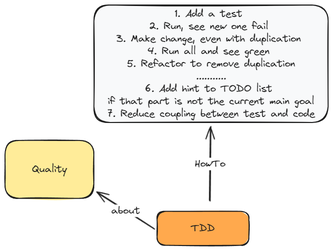
The Excalidraw diagram content/Excalidraw/tdd/tddByExample/part1_moneyExample.png in Petikoch/MartinKurmannVault, before a commit. Source tidied: one line per element, renumbered; positions are measured from the earlier drawing's top-left corner, leaving out a move shared by most shapes. Source of this version:
```json
{"id": 0, "type": "rectangle", "strokeColor": "#1e1e1e", "backgroundColor": "#ffa94d", "fillStyle": "solid", "strokeWidth": 2, "roughness": 1, "round": true, "x": 303, "y": 413, "width": 183, "height": 68}
{"id": 1, "type": "text", "text": "TDD", "strokeColor": "#1e1e1e", "strokeWidth": 2, "roughness": 1, "fontSize": 20, "fontFamily": 1, "textAlign": "center", "verticalAlign": "middle", "inside": 0, "x": 371, "y": 434, "width": 47, "height": 25}
{"id": 2, "type": "rectangle", "strokeColor": "#1e1e1e", "backgroundColor": "#f8f9fa", "fillStyle": "solid", "strokeWidth": 2, "roughness": 1, "round": true, "x": 177, "y": 0, "width": 467, "height": 235}
{"id": 3, "type": "text", "text": "1. Add a test\u000b\n2. Run, see new one fail\u000b\n3. Make change, even with duplication\u000b\n4. Run all and see green\u000b\n5. Refactor to remove duplication\n...........\n6. Add hint to TODO list \nif that part is not the current main goal\n7. Reduce coupling between test and code", "strokeColor": "#1e1e1e", "strokeWidth": 2, "roughness": 1, "fontSize": 20, "fontFamily": 1, "textAlign": "center", "verticalAlign": "middle", "inside": 2, "x": 204, "y": 5, "width": 413, "height": 225}
{"id": 4, "type": "arrow", "strokeColor": "#1e1e1e", "strokeWidth": 2, "roughness": 1, "endArrowhead": "arrow", "round": true, "to": 2, "x": 408, "y": 393, "width": 1, "height": 150, "points": [[0, 0], [1, -150]]}
{"id": 5, "type": "text", "text": "HowTo", "strokeColor": "#1e1e1e", "strokeWidth": 2, "roughness": 1, "fontSize": 20, "fontFamily": 1, "textAlign": "center", "verticalAlign": "middle", "inside": 4, "x": 382, "y": 286, "width": 61, "height": 25}
{"id": 6, "type": "rectangle", "strokeColor": "#1e1e1e", "backgroundColor": "#ffec99", "fillStyle": "solid", "strokeWidth": 2, "roughness": 1, "round": true, "x": 0, "y": 271, "width": 177, "height": 116}
{"id": 7, "type": "text", "text": "Quality", "strokeColor": "#1e1e1e", "backgroundColor": "#f8f9fa", "fillStyle": "solid", "strokeWidth": 2, "roughness": 1, "fontSize": 20, "fontFamily": 1, "textAlign": "center", "verticalAlign": "middle", "inside": 6, "x": 54, "y": 316, "width": 69, "height": 25}
{"id": 8, "type": "arrow", "strokeColor": "#1e1e1e", "strokeWidth": 2, "roughness": 1, "endArrowhead": "arrow", "round": true, "from": 0, "to": 6, "x": 298, "y": 448, "width": 114, "height": 74, "points": [[0, 0], [-114, -74]]}
{"id": 9, "type": "text", "text": "about", "strokeColor": "#1e1e1e", "strokeWidth": 2, "roughness": 1, "fontSize": 20, "fontFamily": 1, "textAlign": "center", "verticalAlign": "middle", "inside": 8, "x": 192, "y": 354, "width": 57, "height": 25}
```
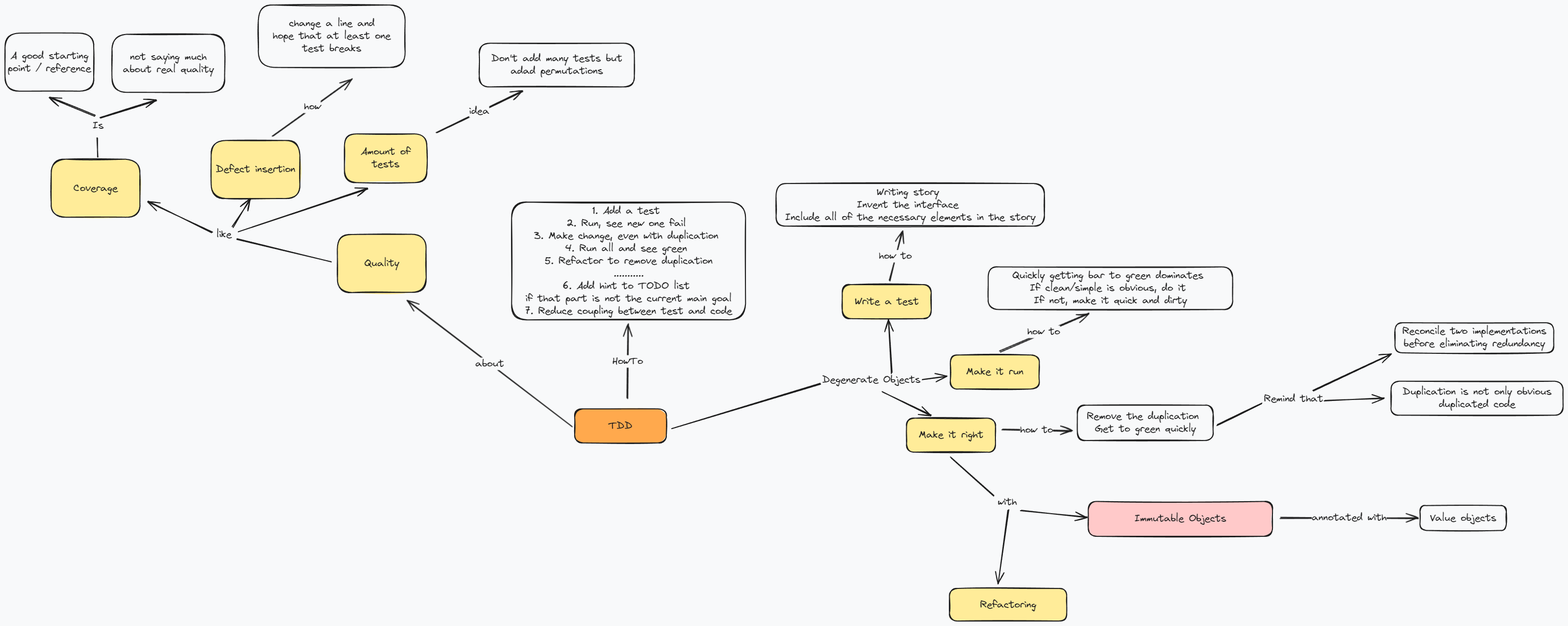
The same diagram one commit later.

Change to the diagram source:
```diff
@@ -3,8 +3,78 @@
 {"id": 2, "type": "rectangle", "strokeColor": "#1e1e1e", "backgroundColor": "#f8f9fa", "fillStyle": "solid", "strokeWidth": 2, "roughness": 1, "round": true, "x": 177, "y": 0, "width": 467, "height": 235}
 {"id": 3, "type": "text", "text": "1. Add a test\u000b\n2. Run, see new one fail\u000b\n3. Make change, even with duplication\u000b\n4. Run all and see green\u000b\n5. Refactor to remove duplication\n...........\n6. Add hint to TODO list \nif that part is not the current main goal\n7. Reduce coupling between test and code", "strokeColor": "#1e1e1e", "strokeWidth": 2, "roughness": 1, "fontSize": 20, "fontFamily": 1, "textAlign": "center", "verticalAlign": "middle", "inside": 2, "x": 204, "y": 5, "width": 413, "height": 225}
 {"id": 4, "type": "arrow", "strokeColor": "#1e1e1e", "strokeWidth": 2, "roughness": 1, "endArrowhead": "arrow", "round": true, "to": 2, "x": 408, "y": 393, "width": 1, "height": 150, "points": [[0, 0], [1, -150]]}
-{"id": 5, "type": "text", "text": "HowTo", "strokeColor": "#1e1e1e", "strokeWidth": 2, "roughness": 1, "fontSize": 20, "fontFamily": 1, "textAlign": "center", "verticalAlign": "middle", "inside": 4, "x": 382, "y": 286, "width": 61, "height": 25}
+{"id": 5, "type": "text", "text": "HowTo", "strokeColor": "#1e1e1e", "strokeWidth": 2, "roughness": 1, "fontSize": 20, "fontFamily": 1, "textAlign": "center", "verticalAlign": "middle", "inside": 4, "x": 211, "y": 79, "width": 61, "height": 25}
-{"id": 6, "type": "rectangle", "strokeColor": "#1e1e1e", "backgroundColor": "#ffec99", "fillStyle": "solid", "strokeWidth": 2, "roughness": 1, "round": true, "x": 0, "y": 271, "width": 177, "height": 116}
+{"id": 6, "type": "rectangle", "strokeColor": "#1e1e1e", "angle": 6.28, "backgroundColor": "#ffec99", "fillStyle": "solid", "strokeWidth": 2, "roughness": 1, "round": true, "x": -170, "y": 65, "width": 177, "height": 116}
-{"id": 7, "type": "text", "text": "Quality", "strokeColor": "#1e1e1e", "backgroundColor": "#f8f9fa", "fillStyle": "solid", "strokeWidth": 2, "roughness": 1, "fontSize": 20, "fontFamily": 1, "textAlign": "center", "verticalAlign": "middle", "inside": 6, "x": 54, "y": 316, "width": 69, "height": 25}
+{"id": 7, "type": "text", "text": "Quality", "strokeColor": "#1e1e1e", "angle": 6.28, "backgroundColor": "#f8f9fa", "fillStyle": "solid", "strokeWidth": 2, "roughness": 1, "fontSize": 20, "fontFamily": 1, "textAlign": "center", "verticalAlign": "middle", "inside": 6, "x": -117, "y": 110, "width": 69, "height": 25}
-{"id": 8, "type": "arrow", "strokeColor": "#1e1e1e", "strokeWidth": 2, "roughness": 1, "endArrowhead": "arrow", "round": true, "from": 0, "to": 6, "x": 298, "y": 448, "width": 114, "height": 74, "points": [[0, 0], [-114, -74]]}
+{"id": 8, "type": "arrow", "strokeColor": "#1e1e1e", "strokeWidth": 2, "roughness": 1, "endArrowhead": "arrow", "round": true, "from": 0, "to": 6, "x": 298, "y": 448, "width": 328, "height": 251, "points": [[0, 0], [-328, -251]]}
-{"id": 9, "type": "text", "text": "about", "strokeColor": "#1e1e1e", "strokeWidth": 2, "roughness": 1, "fontSize": 20, "fontFamily": 1, "textAlign": "center", "verticalAlign": "middle", "inside": 8, "x": 192, "y": 354, "width": 57, "height": 25}
+{"id": 9, "type": "text", "text": "about", "strokeColor": "#1e1e1e", "strokeWidth": 2, "roughness": 1, "fontSize": 20, "fontFamily": 1, "textAlign": "center", "verticalAlign": "middle", "inside": 8, "x": 21, "y": 148, "width": 57, "height": 25}
+{"id": 10, "type": "rectangle", "strokeColor": "#1e1e1e", "backgroundColor": "#ffec99", "fillStyle": "solid", "strokeWidth": 2, "roughness": 1, "round": true, "x": -742, "y": -85, "width": 177, "height": 116}
+{"id": 11, "type": "text", "text": "Coverage", "strokeColor": "#1e1e1e", "backgroundColor": "#f8f9fa", "fillStyle": "solid", "strokeWidth": 2, "roughness": 1, "fontSize": 20, "fontFamily": 1, "textAlign": "center", "verticalAlign": "middle", "inside": 10, "x": -697, "y": -40, "width": 88, "height": 25}
+{"id": 12, "type": "rectangle", "strokeColor": "#1e1e1e", "strokeWidth": 2, "roughness": 1, "round": true, "x": -834, "y": -337, "width": 177, "height": 116}
+{"id": 13, "type": "text", "text": "A good starting\npoint / reference", "strokeColor": "#1e1e1e", "backgroundColor": "#f8f9fa", "fillStyle": "solid", "strokeWidth": 2, "roughness": 1, "fontSize": 20, "fontFamily": 1, "textAlign": "center", "verticalAlign": "middle", "inside": 12, "x": -828, "y": -304, "width": 166, "height": 50}
+{"id": 14, "type": "rectangle", "strokeColor": "#1e1e1e", "strokeWidth": 2, "roughness": 1, "round": true, "x": -620, "y": -335, "width": 225, "height": 116}
+{"id": 15, "type": "text", "text": "not saying much\nabout real quality", "strokeColor": "#1e1e1e", "backgroundColor": "#f8f9fa", "fillStyle": "solid", "strokeWidth": 2, "roughness": 1, "fontSize": 20, "fontFamily": 1, "textAlign": "center", "verticalAlign": "middle", "inside": 14, "x": -599, "y": -302, "width": 181, "height": 50}
+{"id": 16, "type": "text", "text": "Is", "strokeColor": "#1e1e1e", "backgroundColor": "#ffec99", "fillStyle": "solid", "strokeWidth": 2, "roughness": 1, "fontSize": 20, "fontFamily": 1, "x": -659, "y": -164, "width": 22, "height": 25}
+{"id": 17, "type": "arrow", "strokeColor": "#1e1e1e", "backgroundColor": "#ffec99", "fillStyle": "solid", "strokeWidth": 2, "roughness": 1, "endArrowhead": "arrow", "round": true, "from": 16, "to": 12, "x": -654, "y": -172, "width": 90, "height": 36, "points": [[0, 0], [-90, -36]]}
+{"id": 18, "type": "arrow", "strokeColor": "#1e1e1e", "backgroundColor": "#ffec99", "fillStyle": "solid", "strokeWidth": 2, "roughness": 1, "endArrowhead": "arrow", "round": true, "from": 16, "to": 14, "x": -645, "y": -168, "width": 113, "height": 35, "points": [[0, 0], [113, -35]]}
+{"id": 19, "type": "arrow", "strokeColor": "#1e1e1e", "backgroundColor": "#ffec99", "fillStyle": "solid", "strokeWidth": 2, "roughness": 1, "round": true, "from": 10, "to": 16, "x": -649, "y": -90, "width": 1, "height": 38, "points": [[0, 0], [-1, -38]]}
+{"id": 20, "type": "rectangle", "strokeColor": "#1e1e1e", "backgroundColor": "#ffec99", "fillStyle": "solid", "strokeWidth": 2, "roughness": 1, "round": true, "x": -423, "y": -123, "width": 177, "height": 116}
+{"id": 21, "type": "text", "text": "Defect insertion", "strokeColor": "#1e1e1e", "backgroundColor": "#f8f9fa", "fillStyle": "solid", "strokeWidth": 2, "roughness": 1, "fontSize": 20, "fontFamily": 1, "textAlign": "center", "verticalAlign": "middle", "inside": 20, "x": -413, "y": -77, "width": 159, "height": 25}
+{"id": 22, "type": "arrow", "strokeColor": "#1e1e1e", "strokeWidth": 2, "roughness": 1, "round": true, "from": 6, "to": 23, "x": -183, "y": 118, "width": 188, "height": 45, "points": [[0, 0], [-188, -45]]}
+{"id": 23, "type": "text", "text": "like", "strokeColor": "#1e1e1e", "strokeWidth": 2, "roughness": 1, "fontSize": 20, "fontFamily": 1, "x": -412, "y": 53, "width": 30, "height": 25}
+{"id": 24, "type": "arrow", "strokeColor": "#1e1e1e", "strokeWidth": 2, "roughness": 1, "endArrowhead": "arrow", "round": true, "from": 23, "to": 20, "x": -380, "y": 50, "width": 36, "height": 56, "points": [[0, 0], [36, -56]]}
+{"id": 25, "type": "arrow", "strokeColor": "#1e1e1e", "strokeWidth": 2, "roughness": 1, "endArrowhead": "arrow", "round": true, "from": 23, "to": 10, "x": -421, "y": 61, "width": 127, "height": 63, "points": [[0, 0], [-127, -63]]}
+{"id": 26, "type": "rectangle", "strokeColor": "#1e1e1e", "strokeWidth": 2, "roughness": 1, "round": true, "x": -328, "y": -393, "width": 293, "height": 125}
+{"id": 27, "type": "text", "text": "change a line and\nhope that at least one\ntest breaks", "strokeColor": "#1e1e1e", "strokeWidth": 2, "roughness": 1, "fontSize": 20, "fontFamily": 1, "textAlign": "center", "verticalAlign": "middle", "inside": 26, "x": -299, "y": -368, "width": 235, "height": 75}
+{"id": 28, "type": "arrow", "strokeColor": "#1e1e1e", "strokeWidth": 2, "roughness": 1, "endArrowhead": "arrow", "round": true, "from": 20, "to": 26, "x": -300, "y": -133, "width": 159, "height": 114, "points": [[0, 0], [159, -114]]}
+{"id": 29, "type": "text", "text": "how", "strokeColor": "#1e1e1e", "strokeWidth": 2, "roughness": 1, "fontSize": 20, "fontFamily": 1, "textAlign": "center", "verticalAlign": "middle", "inside": 28, "x": -234, "y": -176, "width": 33, "height": 25}
+{"id": 30, "type": "rectangle", "strokeColor": "#1e1e1e", "backgroundColor": "#ffec99", "fillStyle": "solid", "strokeWidth": 2, "roughness": 1, "round": true, "x": -156, "y": -136, "width": 164, "height": 97}
+{"id": 31, "type": "text", "text": "Amount of\ntests", "strokeColor": "#1e1e1e", "strokeWidth": 2, "roughness": 1, "fontSize": 20, "fontFamily": 1, "textAlign": "center", "verticalAlign": "middle", "inside": 30, "x": -124, "y": -112, "width": 100, "height": 50}
+{"id": 32, "type": "arrow", "strokeColor": "#1e1e1e", "strokeWidth": 2, "roughness": 1, "endArrowhead": "arrow", "round": true, "from": 23, "to": 30, "x": -367, "y": 58, "width": 257, "height": 85, "points": [[0, 0], [257, -85]]}
+{"id": 33, "type": "rectangle", "strokeColor": "#1e1e1e", "strokeWidth": 2, "roughness": 1, "round": true, "x": 113, "y": -317, "width": 310, "height": 87}
+{"id": 34, "type": "text", "text": "Don't add many tests\u000bbut\nadad permutations", "strokeColor": "#1e1e1e", "backgroundColor": "#ffec99", "fillStyle": "solid", "strokeWidth": 2, "roughness": 1, "fontSize": 20, "fontFamily": 1, "textAlign": "center", "verticalAlign": "middle", "inside": 33, "x": 137, "y": -298, "width": 262, "height": 50}
+{"id": 35, "type": "arrow", "strokeColor": "#1e1e1e", "strokeWidth": 2, "roughness": 1, "endArrowhead": "arrow", "round": true, "from": 30, "to": 33, "x": 27, "y": -140, "width": 171, "height": 82, "points": [[0, 0], [171, -82]]}
+{"id": 36, "type": "text", "text": "idea", "strokeColor": "#1e1e1e", "strokeWidth": 2, "roughness": 1, "fontSize": 20, "fontFamily": 1, "textAlign": "center", "verticalAlign": "middle", "inside": 35, "x": 46, "y": -136, "width": 40, "height": 25}
+{"id": 37, "type": "text", "text": "Degenerate Objects", "strokeColor": "#1e1e1e", "strokeWidth": 2, "roughness": 1, "fontSize": 20, "fontFamily": 1, "x": 797, "y": 343, "width": 196, "height": 25}
+{"id": 38, "type": "arrow", "strokeColor": "#1e1e1e", "backgroundColor": "#f8f9fa", "fillStyle": "solid", "strokeWidth": 2, "roughness": 1, "round": true, "from": 0, "to": 37, "x": 498, "y": 451, "width": 296, "height": 88, "points": [[0, 0], [296, -88]]}
+{"id": 39, "type": "rectangle", "strokeColor": "#1e1e1e", "backgroundColor": "#ffec99", "fillStyle": "solid", "strokeWidth": 2, "roughness": 1, "round": true, "x": 837, "y": 165, "width": 178, "height": 68}
+{"id": 40, "type": "text", "text": "Write a test", "strokeColor": "#1e1e1e", "strokeWidth": 2, "roughness": 1, "fontSize": 20, "fontFamily": 1, "textAlign": "center", "verticalAlign": "middle", "inside": 39, "x": 862, "y": 186, "width": 128, "height": 25}
+{"id": 41, "type": "rectangle", "strokeColor": "#1e1e1e", "backgroundColor": "#ffec99", "fillStyle": "solid", "strokeWidth": 2, "roughness": 1, "round": true, "x": 1053, "y": 305, "width": 178, "height": 68}
+{"id": 42, "type": "text", "text": "Make it run", "strokeColor": "#1e1e1e", "strokeWidth": 2, "roughness": 1, "fontSize": 20, "fontFamily": 1, "textAlign": "center", "verticalAlign": "middle", "inside": 41, "x": 1085, "y": 327, "width": 114, "height": 25}
+{"id": 43, "type": "rectangle", "strokeColor": "#1e1e1e", "backgroundColor": "#ffec99", "fillStyle": "solid", "strokeWidth": 2, "roughness": 1, "round": true, "x": 966, "y": 431, "width": 178, "height": 68}
+{"id": 44, "type": "text", "text": "Make it right", "strokeColor": "#1e1e1e", "strokeWidth": 2, "roughness": 1, "fontSize": 20, "fontFamily": 1, "textAlign": "center", "verticalAlign": "middle", "inside": 43, "x": 990, "y": 453, "width": 129, "height": 25}
+{"id": 45, "type": "arrow", "strokeColor": "#1e1e1e", "strokeWidth": 2, "roughness": 1, "endArrowhead": "arrow", "round": true, "from": 37, "to": 43, "x": 917, "y": 379, "width": 98, "height": 46, "points": [[0, 0], [98, 46]]}
+{"id": 46, "type": "arrow", "strokeColor": "#1e1e1e", "strokeWidth": 2, "roughness": 1, "endArrowhead": "arrow", "round": true, "from": 37, "to": 41, "x": 997, "y": 354, "width": 48, "height": 7, "points": [[0, 0], [48, -7]]}
+{"id": 47, "type": "arrow", "strokeColor": "#1e1e1e", "strokeWidth": 2, "roughness": 1, "endArrowhead": "arrow", "round": true, "from": 37, "to": 39, "x": 937, "y": 341, "width": 7, "height": 105, "points": [[0, 0], [-7, -105]]}
+{"id": 48, "type": "rectangle", "strokeColor": "#1e1e1e", "strokeWidth": 2, "roughness": 1, "round": true, "x": 705, "y": -37, "width": 536, "height": 85}
+{"id": 49, "type": "text", "text": "Writing story\u000b\nInvent the interface\u000b\nInclude all of the necessary elements in the story", "strokeColor": "#1e1e1e", "backgroundColor": "#ffec99", "fillStyle": "solid", "strokeWidth": 2, "roughness": 1, "fontSize": 20, "fontFamily": 1, "textAlign": "center", "verticalAlign": "middle", "inside": 48, "x": 723, "y": -32, "width": 500, "height": 75}
+{"id": 50, "type": "arrow", "strokeColor": "#1e1e1e", "strokeWidth": 2, "roughness": 1, "endArrowhead": "arrow", "round": true, "from": 39, "to": 48, "x": 931, "y": 157, "width": 24, "height": 99, "points": [[0, 0], [24, -99]]}
+{"id": 51, "type": "text", "text": "how to", "strokeColor": "#1e1e1e", "strokeWidth": 2, "roughness": 1, "fontSize": 20, "fontFamily": 1, "textAlign": "center", "verticalAlign": "middle", "inside": 50, "x": 911, "y": 96, "width": 66, "height": 25}
+{"id": 52, "type": "rectangle", "strokeColor": "#1e1e1e", "strokeWidth": 2, "roughness": 1, "round": true, "x": 1129, "y": 129, "width": 488, "height": 85}
+{"id": 53, "type": "text", "text": "Quickly getting bar to green dominates\u000b\nIf clean/simple is obvious, do it\u000b\nIf not, make it quick and dirty", "strokeColor": "#1e1e1e", "strokeWidth": 2, "roughness": 1, "fontSize": 20, "fontFamily": 1, "textAlign": "center", "verticalAlign": "middle", "inside": 52, "x": 1177, "y": 134, "width": 391, "height": 75}
+{"id": 54, "type": "arrow", "strokeColor": "#1e1e1e", "strokeWidth": 2, "roughness": 1, "endArrowhead": "arrow", "round": true, "from": 41, "to": 52, "x": 1151, "y": 297, "width": 176, "height": 76, "points": [[0, 0], [176, -76]]}
+{"id": 55, "type": "text", "text": "how to", "strokeColor": "#1e1e1e", "strokeWidth": 2, "roughness": 1, "fontSize": 20, "fontFamily": 1, "textAlign": "center", "verticalAlign": "middle", "inside": 54, "x": 1207, "y": 246, "width": 66, "height": 25}
+{"id": 56, "type": "rectangle", "strokeColor": "#1e1e1e", "strokeWidth": 2, "roughness": 1, "round": true, "x": 1307, "y": 405, "width": 271, "height": 70}
+{"id": 57, "type": "text", "text": "Remove the duplication\u000b\nGet to green quickly", "strokeColor": "#1e1e1e", "strokeWidth": 2, "roughness": 1, "fontSize": 20, "fontFamily": 1, "textAlign": "center", "verticalAlign": "middle", "inside": 56, "x": 1325, "y": 416, "width": 233, "height": 50}
+{"id": 58, "type": "arrow", "strokeColor": "#1e1e1e", "strokeWidth": 2, "roughness": 1, "endArrowhead": "arrow", "round": true, "from": 43, "to": 56, "x": 1156, "y": 453, "width": 138, "height": 2, "points": [[0, 0], [138, 2]]}
+{"id": 59, "type": "text", "text": "how to", "strokeColor": "#1e1e1e", "strokeWidth": 2, "roughness": 1, "fontSize": 20, "fontFamily": 1, "textAlign": "center", "verticalAlign": "middle", "inside": 58, "x": 1171, "y": 466, "width": 66, "height": 25}
+{"id": 60, "type": "text", "text": "Remind that", "strokeColor": "#1e1e1e", "strokeWidth": 2, "roughness": 1, "fontSize": 20, "fontFamily": 1, "x": 1679, "y": 380, "width": 118, "height": 25}
+{"id": 61, "type": "rectangle", "strokeColor": "#1e1e1e", "strokeWidth": 2, "roughness": 1, "round": true, "x": 1941, "y": 241, "width": 317, "height": 60}
+{"id": 62, "type": "text", "text": "Reconcile two implementations\nbefore eliminating redundancy", "strokeColor": "#1e1e1e", "strokeWidth": 2, "roughness": 1, "fontSize": 20, "fontFamily": 1, "textAlign": "center", "verticalAlign": "middle", "inside": 61, "x": 1955, "y": 246, "width": 288, "height": 50}
+{"id": 63, "type": "arrow", "strokeColor": "#1e1e1e", "strokeWidth": 2, "roughness": 1, "endArrowhead": "arrow", "round": true, "from": 60, "to": 61, "x": 1778, "y": 377, "width": 155, "height": 73, "points": [[0, 0], [155, -73]]}
+{"id": 64, "type": "rectangle", "strokeColor": "#1e1e1e", "strokeWidth": 2, "roughness": 1, "round": true, "x": 1933, "y": 357, "width": 343, "height": 68}
+{"id": 65, "type": "text", "text": "Duplication is not only\u000bobvious\nduplicated code", "strokeColor": "#1e1e1e", "strokeWidth": 2, "roughness": 1, "fontSize": 20, "fontFamily": 1, "textAlign": "center", "verticalAlign": "middle", "inside": 64, "x": 1956, "y": 366, "width": 297, "height": 50}
+{"id": 66, "type": "arrow", "strokeColor": "#1e1e1e", "strokeWidth": 2, "roughness": 1, "endArrowhead": "arrow", "round": true, "from": 60, "to": 64, "x": 1800, "y": 397, "width": 119, "height": 6, "points": [[0, 0], [119, -6]]}
+{"id": 67, "type": "arrow", "strokeColor": "#1e1e1e", "strokeWidth": 2, "roughness": 1, "round": true, "from": 56, "to": 60, "x": 1585, "y": 445, "width": 90, "height": 43, "points": [[0, 0], [90, -43]]}
+{"id": 68, "type": "rectangle", "strokeColor": "#1e1e1e", "backgroundColor": "#ffc9c9", "fillStyle": "solid", "strokeWidth": 2, "roughness": 1, "round": true, "x": 1328, "y": 597, "width": 368, "height": 70}
+{"id": 69, "type": "text", "text": "Immutable Objects", "strokeColor": "#1e1e1e", "strokeWidth": 2, "roughness": 1, "fontSize": 20, "fontFamily": 1, "textAlign": "center", "verticalAlign": "middle", "inside": 68, "x": 1421, "y": 620, "width": 183, "height": 25}
+{"id": 70, "type": "text", "text": "with", "strokeColor": "#1e1e1e", "backgroundColor": "#ffc9c9", "fillStyle": "solid", "strokeWidth": 2, "roughness": 1, "fontSize": 20, "fontFamily": 1, "x": 1148, "y": 586, "width": 38, "height": 25}
+{"id": 71, "type": "arrow", "strokeColor": "#1e1e1e", "backgroundColor": "#ffc9c9", "fillStyle": "solid", "strokeWidth": 2, "roughness": 1, "endArrowhead": "arrow", "round": true, "from": 70, "to": 68, "x": 1193, "y": 615, "width": 133, "height": 14, "points": [[0, 0], [133, 14]]}
+{"id": 72, "type": "arrow", "strokeColor": "#1e1e1e", "backgroundColor": "#ffc9c9", "fillStyle": "solid", "strokeWidth": 2, "roughness": 1, "round": true, "from": 43, "to": 70, "x": 1054, "y": 509, "width": 85, "height": 77, "points": [[0, 0], [85, 77]]}
+{"id": 73, "type": "rectangle", "strokeColor": "#1e1e1e", "strokeWidth": 2, "roughness": 1, "round": true, "x": 1990, "y": 606, "width": 172, "height": 50}
+{"id": 74, "type": "text", "text": "Value objects", "strokeColor": "#1e1e1e", "backgroundColor": "#ffc9c9", "fillStyle": "solid", "strokeWidth": 2, "roughness": 1, "fontSize": 20, "fontFamily": 1, "textAlign": "center", "verticalAlign": "middle", "inside": 73, "x": 2011, "y": 618, "width": 132, "height": 25}
+{"id": 75, "type": "arrow", "strokeColor": "#1e1e1e", "backgroundColor": "#ffc9c9", "fillStyle": "solid", "strokeWidth": 2, "roughness": 1, "endArrowhead": "arrow", "round": true, "from": 68, "to": 73, "x": 1712, "y": 629, "width": 275, "height": 1, "points": [[0, 0], [275, 1]]}
+{"id": 76, "type": "text", "text": "annotated with", "strokeColor": "#1e1e1e", "backgroundColor": "#ffc9c9", "fillStyle": "solid", "strokeWidth": 2, "roughness": 1, "fontSize": 20, "fontFamily": 1, "textAlign": "center", "verticalAlign": "middle", "inside": 75, "x": 1714, "y": 617, "width": 149, "height": 25}
+{"id": 77, "type": "rectangle", "strokeColor": "#1e1e1e", "backgroundColor": "#ffec99", "fillStyle": "solid", "strokeWidth": 2, "roughness": 1, "round": true, "x": 1051, "y": 771, "width": 234, "height": 65}
+{"id": 78, "type": "text", "text": "Refactoring", "strokeColor": "#1e1e1e", "strokeWidth": 2, "roughness": 1, "fontSize": 20, "fontFamily": 1, "textAlign": "center", "verticalAlign": "middle", "inside": 77, "x": 1112, "y": 791, "width": 112, "height": 25}
+{"id": 79, "type": "arrow", "strokeColor": "#1e1e1e", "backgroundColor": "#ffec99", "fillStyle": "solid", "strokeWidth": 2, "roughness": 1, "endArrowhead": "arrow", "round": true, "from": 70, "to": 77, "x": 1168, "y": 615, "width": 21, "height": 146, "points": [[0, 0], [-21, 146]]}
```
